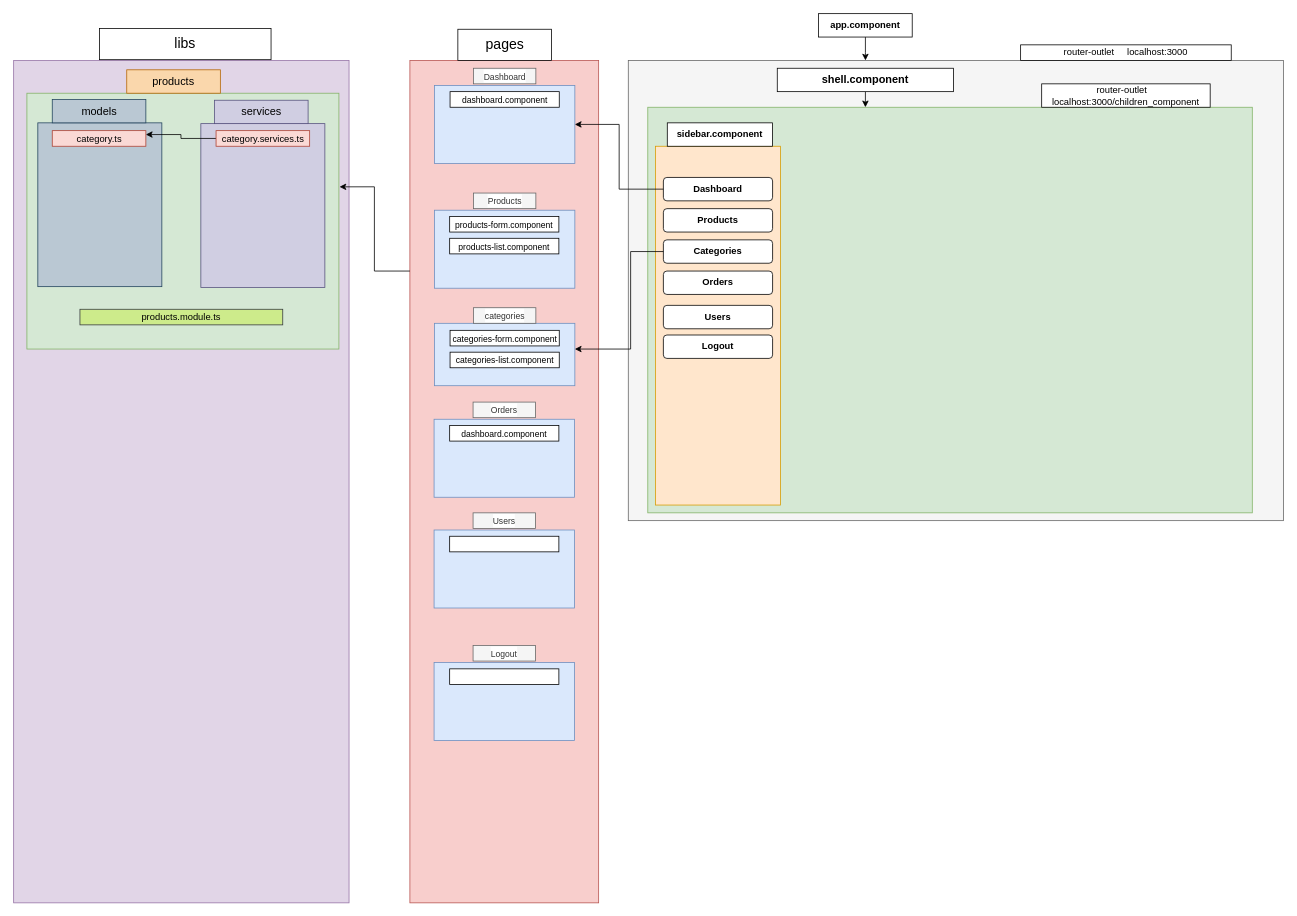
Binayak3666/My_Application_Drawing_Architect keeps this draw.io diagram as page "Page-3" (3 of 3) of yellowsign/yellow_sign.drawio. Above is the earlier version. Source tidied: cells renumbered, new cells numbered last; positions are measured from the earlier drawing's top-left corner, leaving out a move shared by most shapes. Both pictures are drawn from the tidied source at 78%, with x=0, y=0 at pixel (13, 13).
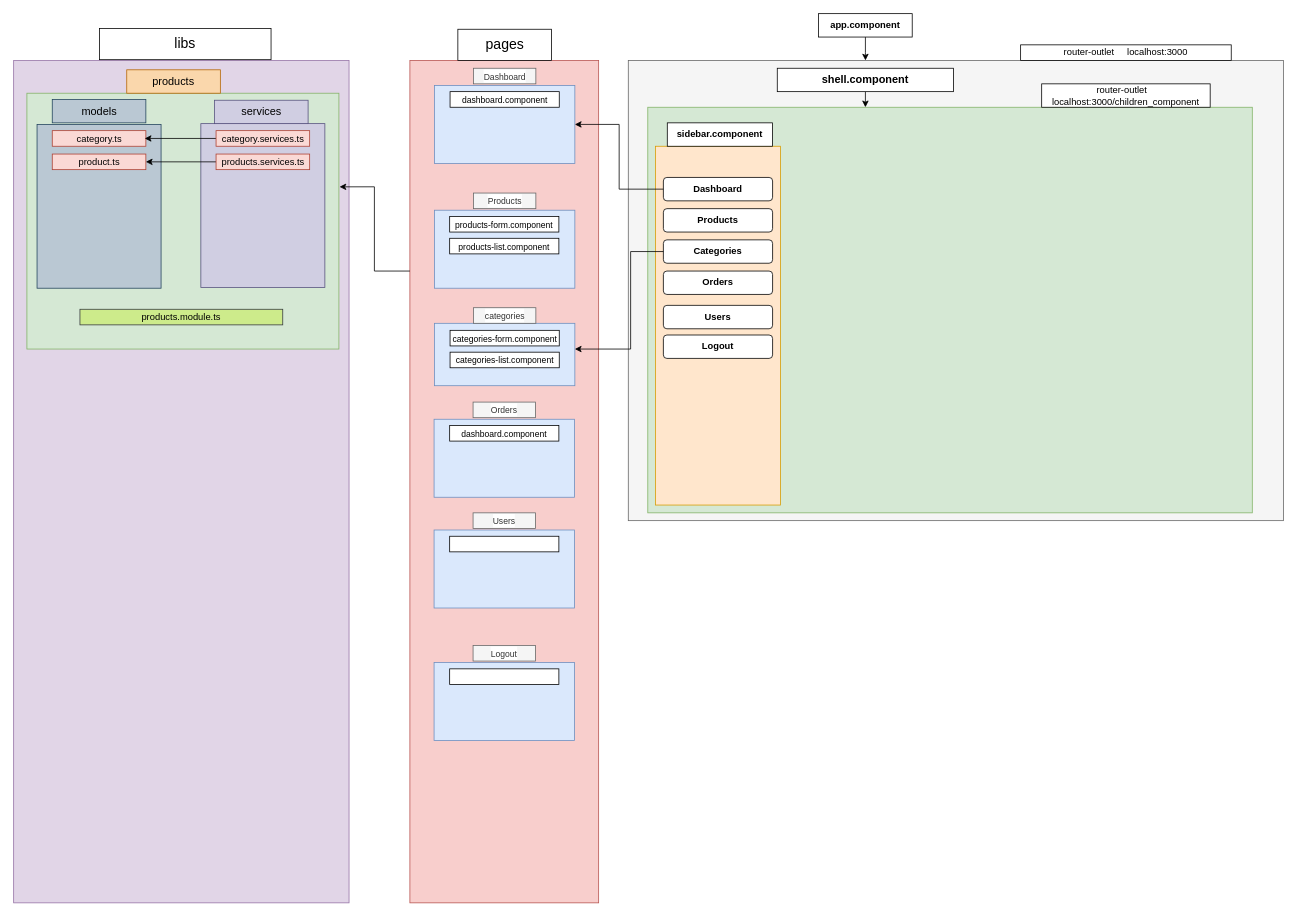
Above is the later version.

Unchanged cells that the change refers to:
```xml
<mxCell id="50" value="&lt;font style=&quot;font-size: 12px;&quot;&gt;category.ts&lt;/font&gt;" style="rounded=0;whiteSpace=wrap;html=1;labelBackgroundColor=none;fontSize=14;fillColor=#fad9d5;strokeColor=#ae4132;" parent="1" vertex="1">
  <mxGeometry x="49.5" y="150" width="120" height="20" as="geometry" />
</mxCell>
<mxCell id="52" value="&lt;font style=&quot;font-size: 12px;&quot;&gt;category.services.ts&lt;/font&gt;" style="rounded=0;whiteSpace=wrap;html=1;labelBackgroundColor=none;fontSize=14;fillColor=#fad9d5;strokeColor=#ae4132;" parent="1" vertex="1">
  <mxGeometry x="259.5" y="150" width="120" height="20" as="geometry" />
</mxCell>
```

Change to the diagram source:
```diff
@@
     <mxCell id="45" style="rounded=0;whiteSpace=wrap;html=1;labelBackgroundColor=none;fontSize=14;fillColor=#bac8d3;strokeColor=#23445d;" parent="1" vertex="1">
-      <mxGeometry x="31" y="140" width="159" height="210" as="geometry" />
+      <mxGeometry x="30" y="142" width="159" height="210" as="geometry" />
     </mxCell>
@@
-    <mxCell id="51" style="edgeStyle=orthogonalEdgeStyle;rounded=0;jettySize=auto;html=1;entryX=1;entryY=0.25;entryDx=0;entryDy=0;fontSize=12;fontColor=none;" parent="1" edge="1" source="52" target="50">
+    <mxCell id="51" style="edgeStyle=orthogonalEdgeStyle;rounded=0;jettySize=auto;html=1;entryX=0.988;entryY=0.5;entryDx=0;entryDy=0;fontSize=12;fontColor=none;entryPerimeter=0;" parent="1" edge="1" source="52" target="50">
       <mxGeometry relative="1" as="geometry" />
     </mxCell>
@@
+    <mxCell id="55" value="&lt;font style=&quot;font-size: 12px;&quot;&gt;product.ts&lt;/font&gt;" style="rounded=0;whiteSpace=wrap;html=1;labelBackgroundColor=none;fontSize=14;fillColor=#fad9d5;strokeColor=#ae4132;" parent="1" vertex="1">
+      <mxGeometry x="49.5" y="180" width="120" height="20" as="geometry" />
+    </mxCell>
+    <mxCell id="56" style="edgeStyle=orthogonalEdgeStyle;rounded=0;jettySize=auto;html=1;" parent="1" edge="1" source="57" target="55">
+      <mxGeometry relative="1" as="geometry" />
+    </mxCell>
+    <mxCell id="57" value="&lt;font style=&quot;font-size: 12px;&quot;&gt;products.services.ts&lt;/font&gt;" style="rounded=0;whiteSpace=wrap;html=1;labelBackgroundColor=none;fontSize=14;fillColor=#fad9d5;strokeColor=#ae4132;" parent="1" vertex="1">
+      <mxGeometry x="259.5" y="180" width="120" height="20" as="geometry" />
+    </mxCell>
```
